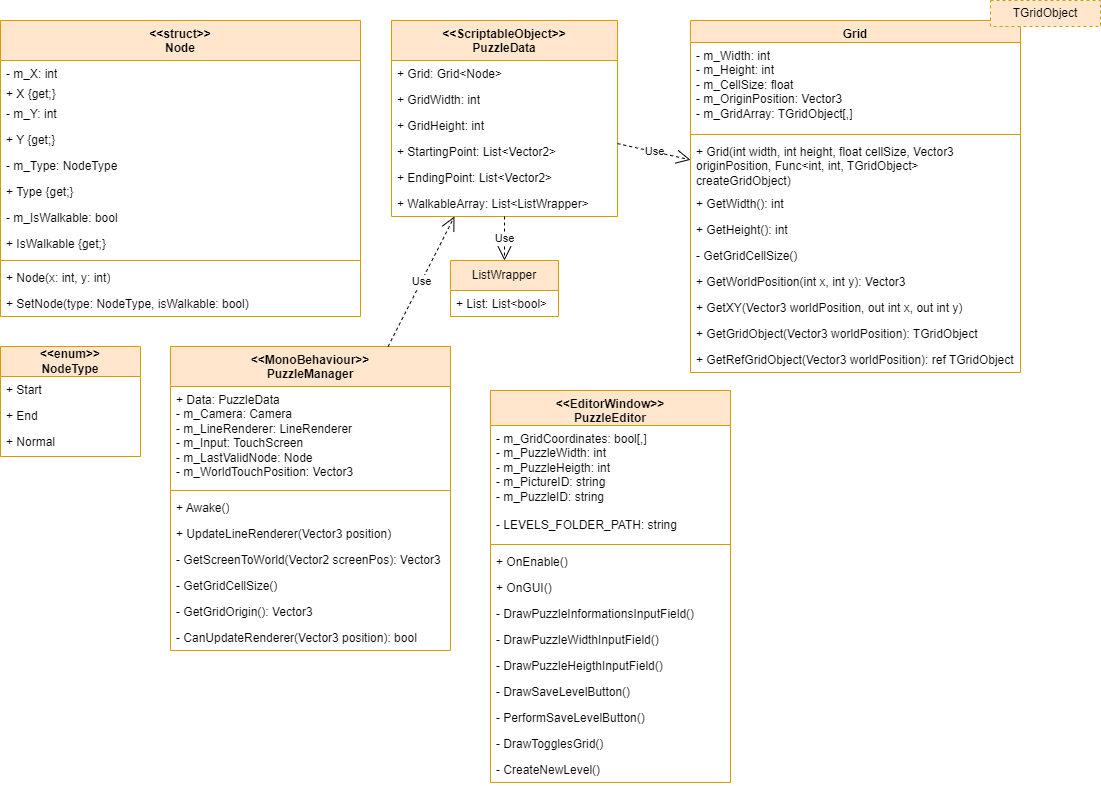
The draw.io diagram Documentation/Programming/uml_B2B_Museum_Puzzles.png in gabevlogd/Brera-Museum-B2B-App, before a commit. Source tidied: cells renumbered, new cells last; positions are measured from the earlier drawing's top-left corner, leaving out a move shared by most shapes.
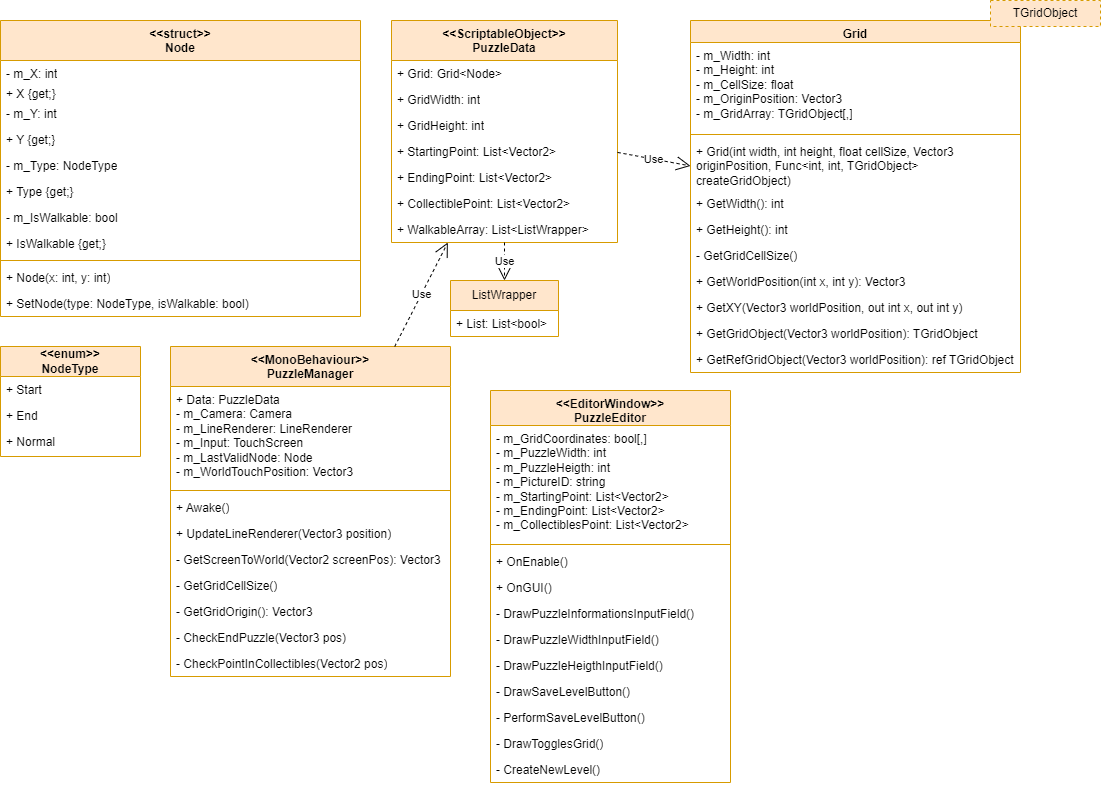
After the change.

Commit message:
updated puzzle diagram

Change to the diagram source:
```diff
@@ -51,7 +51,7 @@
       <mxGeometry y="82" width="140" height="28" as="geometry" />
     </mxCell>
     <mxCell id="18" value="&amp;lt;&amp;lt;MonoBehaviour&amp;gt;&amp;gt;&lt;br&gt;PuzzleManager" style="swimlane;fontStyle=1;align=center;verticalAlign=top;horizontal=1;startSize=40;whiteSpace=wrap;html=1;fillColor=#ffe6cc;strokeColor=#d79b00;" parent="1" vertex="1">
-      <mxGeometry x="170" y="346" width="280" height="304" as="geometry" />
+      <mxGeometry x="170" y="346" width="280" height="330" as="geometry" />
     </mxCell>
     <mxCell id="19" value="&lt;div&gt;+ Data: PuzzleData&lt;/div&gt;&lt;div&gt;- m_Camera: Camera&lt;/div&gt;&lt;div&gt;- m_LineRenderer: LineRenderer&lt;/div&gt;&lt;div&gt;&lt;span style=&quot;background-color: initial;&quot;&gt;- m_Input: TouchScreen&lt;/span&gt;&lt;/div&gt;&lt;div&gt;&lt;span style=&quot;background-color: initial;&quot;&gt;- m_LastValidNode: Node&lt;/span&gt;&lt;/div&gt;&lt;div&gt;- m_WorldTouchPosition: Vector3&lt;/div&gt;" style="text;strokeColor=none;fillColor=none;align=left;verticalAlign=top;spacingLeft=4;spacingRight=4;overflow=hidden;whiteSpace=wrap;html=1;" parent="18" vertex="1">
       <mxGeometry y="40" width="280" height="100" as="geometry" />
@@ -74,11 +74,14 @@
     <mxCell id="25" value="-&amp;nbsp;GetGridOrigin(): Vector3" style="text;strokeColor=none;fillColor=none;align=left;verticalAlign=top;spacingLeft=4;spacingRight=4;overflow=hidden;whiteSpace=wrap;html=1;" parent="18" vertex="1">
       <mxGeometry y="252" width="280" height="26" as="geometry" />
     </mxCell>
-    <mxCell id="26" value="-&amp;nbsp;CanUpdateRenderer(Vector3 position): bool" style="text;strokeColor=none;fillColor=none;align=left;verticalAlign=top;spacingLeft=4;spacingRight=4;overflow=hidden;whiteSpace=wrap;html=1;" parent="18" vertex="1">
-      <mxGeometry y="278" width="280" height="26" as="geometry" />
-    </mxCell>
+    <mxCell id="63" value="- CheckEndPuzzle(Vector3 pos)" style="text;strokeColor=none;fillColor=none;align=left;verticalAlign=top;spacingLeft=4;spacingRight=4;overflow=hidden;whiteSpace=wrap;html=1;" parent="18" vertex="1">
+      <mxGeometry y="278" width="280" height="26" as="geometry" />
+    </mxCell>
+    <mxCell id="64" value="- CheckPointInCollectibles(Vector2 pos)" style="text;strokeColor=none;fillColor=none;align=left;verticalAlign=top;spacingLeft=4;spacingRight=4;overflow=hidden;whiteSpace=wrap;html=1;" parent="18" vertex="1">
+      <mxGeometry y="304" width="280" height="26" as="geometry" />
+    </mxCell>
     <mxCell id="27" value="&amp;lt;&amp;lt;ScriptableObject&amp;gt;&amp;gt;&lt;br&gt;PuzzleData" style="swimlane;fontStyle=1;align=center;verticalAlign=top;horizontal=1;startSize=40;whiteSpace=wrap;html=1;fillColor=#ffe6cc;strokeColor=#d79b00;" parent="1" vertex="1">
-      <mxGeometry x="391" y="20" width="226" height="196" as="geometry" />
+      <mxGeometry x="391" y="20" width="226" height="222" as="geometry" />
     </mxCell>
     <mxCell id="28" value="+ Grid: Grid&amp;lt;Node&amp;gt;" style="text;strokeColor=none;fillColor=none;align=left;verticalAlign=top;spacingLeft=4;spacingRight=4;overflow=hidden;whiteSpace=wrap;html=1;" parent="27" vertex="1">
       <mxGeometry y="40" width="226" height="26" as="geometry" />
@@ -95,8 +98,11 @@
     <mxCell id="32" value="+ EndingPoint:&amp;nbsp;List&amp;lt;Vector2&amp;gt;" style="text;strokeColor=none;fillColor=none;align=left;verticalAlign=top;spacingLeft=4;spacingRight=4;overflow=hidden;whiteSpace=wrap;html=1;" parent="27" vertex="1">
       <mxGeometry y="144" width="226" height="26" as="geometry" />
     </mxCell>
+    <mxCell id="65" value="+ CollectiblePoint:&amp;nbsp;List&amp;lt;Vector2&amp;gt;" style="text;strokeColor=none;fillColor=none;align=left;verticalAlign=top;spacingLeft=4;spacingRight=4;overflow=hidden;whiteSpace=wrap;html=1;" parent="27" vertex="1">
+      <mxGeometry y="170" width="226" height="26" as="geometry" />
+    </mxCell>
     <mxCell id="33" value="+ WalkableArray: List&amp;lt;ListWrapper&amp;gt;" style="text;strokeColor=none;fillColor=none;align=left;verticalAlign=top;spacingLeft=4;spacingRight=4;overflow=hidden;whiteSpace=wrap;html=1;" parent="27" vertex="1">
-      <mxGeometry y="170" width="226" height="26" as="geometry" />
+      <mxGeometry y="196" width="226" height="26" as="geometry" />
     </mxCell>
     <mxCell id="34" value="Grid" style="swimlane;fontStyle=1;align=center;verticalAlign=top;horizontal=1;startSize=22;whiteSpace=wrap;html=1;fillColor=#ffe6cc;strokeColor=#d79b00;" parent="1" vertex="1">
       <mxGeometry x="690" y="20" width="330" height="352" as="geometry" />
@@ -137,7 +143,7 @@
     <mxCell id="46" value="&amp;lt;&amp;lt;EditorWindow&amp;gt;&amp;gt;&lt;br&gt;PuzzleEditor" style="swimlane;fontStyle=1;align=center;verticalAlign=top;horizontal=1;startSize=35;whiteSpace=wrap;html=1;fillColor=#ffe6cc;strokeColor=#d79b00;" parent="1" vertex="1">
       <mxGeometry x="490" y="390" width="240" height="392" as="geometry" />
     </mxCell>
-    <mxCell id="47" value="&lt;div&gt;- m_GridCoordinates: bool[,]&lt;/div&gt;&lt;div&gt;- m_PuzzleWidth: int&lt;/div&gt;&lt;div&gt;- m_PuzzleHeigth: int&lt;/div&gt;&lt;div&gt;&lt;span style=&quot;background-color: initial;&quot;&gt;- m_PictureID: string&lt;/span&gt;&lt;/div&gt;&lt;div&gt;&lt;span style=&quot;background-color: initial;&quot;&gt;- m_PuzzleID: string&lt;/span&gt;&lt;/div&gt;&lt;div&gt;&lt;br&gt;&lt;/div&gt;&lt;div&gt;- LEVELS_FOLDER_PATH: string&lt;br&gt;&lt;/div&gt;" style="text;strokeColor=none;fillColor=none;align=left;verticalAlign=top;spacingLeft=4;spacingRight=4;overflow=hidden;whiteSpace=wrap;html=1;" parent="46" vertex="1">
+    <mxCell id="47" value="&lt;div&gt;- m_GridCoordinates: bool[,]&lt;/div&gt;&lt;div&gt;- m_PuzzleWidth: int&lt;/div&gt;&lt;div&gt;- m_PuzzleHeigth: int&lt;/div&gt;&lt;div&gt;&lt;span style=&quot;background-color: initial;&quot;&gt;- m_PictureID: string&lt;/span&gt;&lt;/div&gt;&lt;div&gt;- m_StartingPoint: List&amp;lt;Vector2&amp;gt;&lt;/div&gt;&lt;div&gt;&lt;span style=&quot;background-color: initial;&quot;&gt;- m_EndingPoint: List&amp;lt;Vector2&amp;gt;&lt;/span&gt;&lt;/div&gt;&lt;div&gt;- m_CollectiblesPoint: List&amp;lt;Vector2&amp;gt;&lt;br&gt;&lt;/div&gt;" style="text;strokeColor=none;fillColor=none;align=left;verticalAlign=top;spacingLeft=4;spacingRight=4;overflow=hidden;whiteSpace=wrap;html=1;" parent="46" vertex="1">
       <mxGeometry y="35" width="240" height="115" as="geometry" />
     </mxCell>
     <mxCell id="48" style="line;strokeWidth=1;fillColor=none;align=left;verticalAlign=middle;spacingTop=-1;spacingLeft=3;spacingRight=3;labelPosition=right;strokeColor=inherit;" parent="46" vertex="1">
@@ -171,7 +177,7 @@
       <mxGeometry y="366" width="240" height="26" as="geometry" />
     </mxCell>
     <mxCell id="58" value="ListWrapper" style="swimlane;fontStyle=0;horizontal=1;startSize=30;fillColor=#ffe6cc;whiteSpace=wrap;html=1;strokeColor=#d79b00;" parent="1" vertex="1">
-      <mxGeometry x="450" y="260" width="108" height="56" as="geometry" />
+      <mxGeometry x="450" y="280" width="108" height="56" as="geometry" />
     </mxCell>
     <mxCell id="59" value="+ List: List&amp;lt;bool&amp;gt;" style="text;strokeColor=none;fillColor=none;align=left;verticalAlign=top;spacingLeft=4;spacingRight=4;overflow=hidden;whiteSpace=wrap;html=1;" parent="58" vertex="1">
       <mxGeometry y="30" width="108" height="26" as="geometry" />
```
